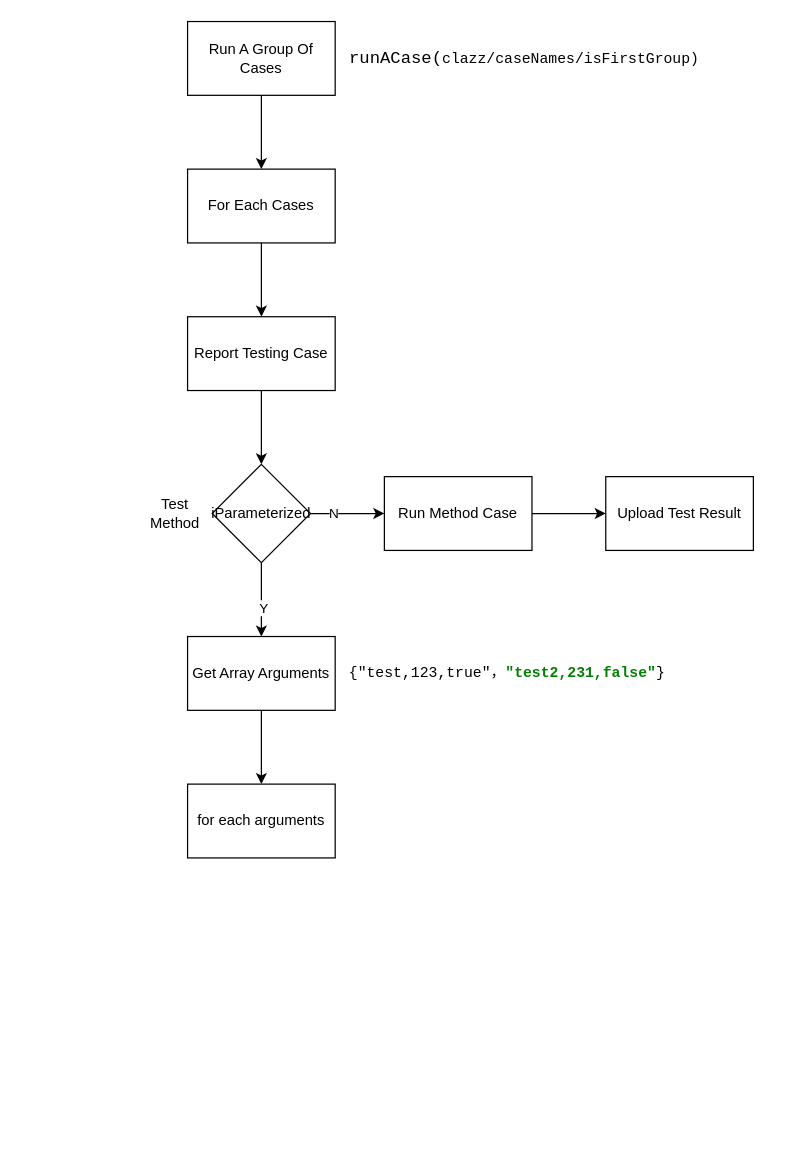
Before: page "DataDriven" (10 of 10) of App Automation 2.0.drawio in michellec2021/appium-demo, a draw.io diagram. Source tidied: cells renumbered, new cells numbered last; positions are measured from the earlier drawing's top-left corner, leaving out a move shared by most shapes. Both pictures are drawn from the tidied source at 123%, with x=0, y=0 at pixel (138, 21).
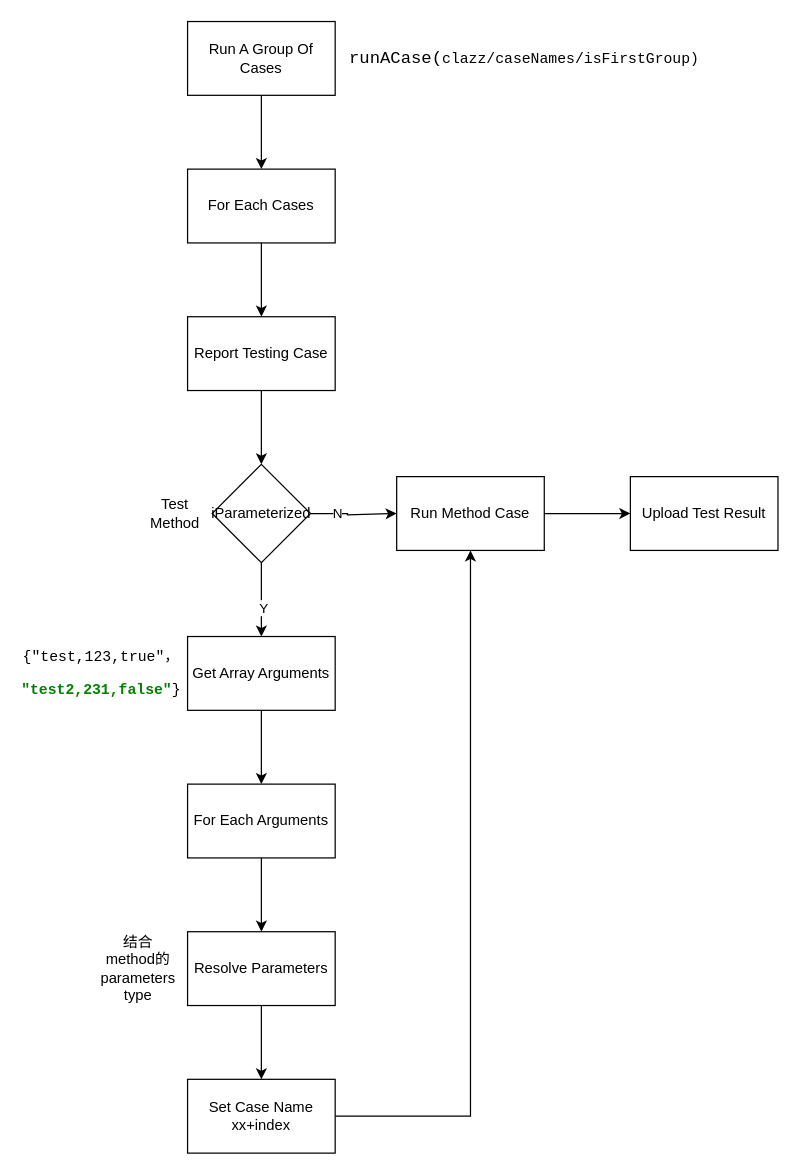
The same diagram, later.

Unchanged cells that the change refers to:
```xml
<mxCell id="8" value="iParameterized" style="rhombus;whiteSpace=wrap;html=1;" parent="1" vertex="1">
  <mxGeometry x="60" y="360" width="80" height="80" as="geometry" />
</mxCell>
```

The edit, as a diff of the source:
```diff
@@
-    <mxCell id="6" style="edgeStyle=orthogonalEdgeStyle;rounded=0;jettySize=auto;html=1;exitX=1;exitY=0.5;exitDx=0;exitDy=0;entryX=0;entryY=0.5;entryDx=0;entryDy=0;" parent="1" edge="1" source="8">
+    <mxCell id="6" style="edgeStyle=orthogonalEdgeStyle;rounded=0;jettySize=auto;html=1;exitX=1;exitY=0.5;exitDx=0;exitDy=0;entryX=0;entryY=0.5;entryDx=0;entryDy=0;" parent="1" edge="1" source="8" target="10">
       <mxGeometry relative="1" as="geometry">
-        <mxPoint x="200" y="400" as="targetPoint" />
+        <Array as="points">
+          <mxPoint x="170" y="400" />
+          <mxPoint x="170" y="401" />
+        </Array>
       </mxGeometry>
     </mxCell>
@@
     <mxCell id="10" value="Run Method Case" style="whiteSpace=wrap;html=1;" parent="1" vertex="1">
-      <mxGeometry x="200" y="370" width="120" height="60" as="geometry" />
+      <mxGeometry x="210" y="370" width="120" height="60" as="geometry" />
     </mxCell>
@@
     <mxCell id="13" value="Upload Test Result" style="whiteSpace=wrap;html=1;" parent="1" vertex="1">
-      <mxGeometry x="380" y="370" width="120" height="60" as="geometry" />
+      <mxGeometry x="400" y="370" width="120" height="60" as="geometry" />
     </mxCell>
@@
-    <mxCell id="20" value="&lt;div style=&quot;background-color: rgb(255, 255, 255);&quot;&gt;&lt;pre style=&quot;font-family: &amp;quot;JetBrains Mono&amp;quot;, monospace;&quot;&gt;&lt;font style=&quot;font-size: 12px;&quot;&gt;{&quot;test,123,true&quot;，&lt;span style=&quot;color: rgb(0, 128, 0); font-weight: bold;&quot;&gt;&quot;test2,231,false&quot;&lt;/span&gt;}&lt;/font&gt;&lt;/pre&gt;&lt;/div&gt;" style="text;html=1;strokeColor=none;fillColor=none;align=center;verticalAlign=middle;whiteSpace=wrap;rounded=0;" parent="1" vertex="1">
-      <mxGeometry x="270" y="515" width="60" height="30" as="geometry" />
+    <mxCell id="20" value="&lt;div style=&quot;background-color: rgb(255, 255, 255);&quot;&gt;&lt;pre style=&quot;font-family: &amp;quot;JetBrains Mono&amp;quot;, monospace;&quot;&gt;&lt;font style=&quot;font-size: 12px;&quot;&gt;{&quot;test,123,true&quot;，&lt;/font&gt;&lt;/pre&gt;&lt;pre style=&quot;font-family: &amp;quot;JetBrains Mono&amp;quot;, monospace;&quot;&gt;&lt;font style=&quot;font-size: 12px;&quot;&gt;&lt;span style=&quot;color: rgb(0, 128, 0); font-weight: bold;&quot;&gt;&quot;test2,231,false&quot;&lt;/span&gt;}&lt;/font&gt;&lt;/pre&gt;&lt;/div&gt;" style="text;html=1;strokeColor=none;fillColor=none;align=center;verticalAlign=middle;whiteSpace=wrap;rounded=0;" parent="1" vertex="1">
+      <mxGeometry x="-60" y="515" width="60" height="30" as="geometry" />
     </mxCell>
+    <mxCell id="22" style="edgeStyle=orthogonalEdgeStyle;rounded=0;jettySize=auto;html=1;exitX=0.5;exitY=1;exitDx=0;exitDy=0;entryX=0.5;entryY=0;entryDx=0;entryDy=0;" parent="1" edge="1" source="21">
+      <mxGeometry relative="1" as="geometry">
+        <mxPoint x="100" y="740" as="targetPoint" />
+      </mxGeometry>
+    </mxCell>
-    <mxCell id="21" value="for each arguments" style="rounded=0;whiteSpace=wrap;html=1;" parent="1" vertex="1">
+    <mxCell id="21" value="For Each Arguments" style="rounded=0;whiteSpace=wrap;html=1;" parent="1" vertex="1">
       <mxGeometry x="40" y="620" width="120" height="60" as="geometry" />
     </mxCell>
+    <mxCell id="23" style="edgeStyle=orthogonalEdgeStyle;rounded=0;jettySize=auto;html=1;exitX=0.5;exitY=1;exitDx=0;exitDy=0;" parent="1" edge="1" source="24" target="27">
+      <mxGeometry relative="1" as="geometry" />
+    </mxCell>
+    <mxCell id="24" value="Resolve Parameters" style="rounded=0;whiteSpace=wrap;html=1;" parent="1" vertex="1">
+      <mxGeometry x="40" y="740" width="120" height="60" as="geometry" />
+    </mxCell>
+    <mxCell id="25" value="结合method的parameters type" style="text;html=1;strokeColor=none;fillColor=none;align=center;verticalAlign=middle;whiteSpace=wrap;rounded=0;" parent="1" vertex="1">
+      <mxGeometry x="-30" y="755" width="60" height="30" as="geometry" />
+    </mxCell>
+    <mxCell id="26" style="edgeStyle=orthogonalEdgeStyle;rounded=0;jettySize=auto;html=1;exitX=1;exitY=0.5;exitDx=0;exitDy=0;entryX=0.5;entryY=1;entryDx=0;entryDy=0;" parent="1" edge="1" source="27" target="10">
+      <mxGeometry relative="1" as="geometry" />
+    </mxCell>
+    <mxCell id="27" value="Set Case Name xx+index" style="rounded=0;whiteSpace=wrap;html=1;" parent="1" vertex="1">
+      <mxGeometry x="40" y="860" width="120" height="60" as="geometry" />
+    </mxCell>
```
